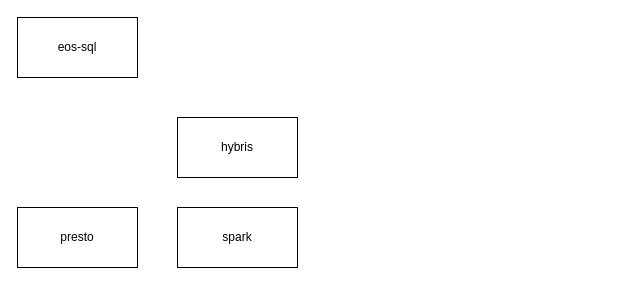
The draw.io diagram DLC DLF元数据打通方案.drawio in yuhuali1989/ui, before the edit. Source tidied: cells renumbered, new cells numbered last; positions are measured from the earlier drawing's top-left corner, leaving out a move shared by most shapes. Both pictures are drawn from the tidied source at 100%, with x=0, y=0 at pixel (17, 17).
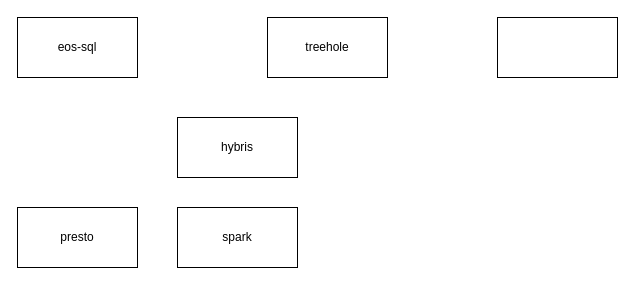
The same diagram, later.

Commit message (it also covers changes not shown here):
Update DLC DLF元数据打通方案.drawio

The edit, as a diff of the source:
```diff
@@
 <mxGraphModel>
   <root>
     <mxCell id="0" />
     <mxCell id="1" parent="0" />
     <mxCell id="2" value="hybris" style="rounded=0;whiteSpace=wrap;html=1;" parent="1" vertex="1">
       <mxGeometry x="160" y="100" width="120" height="60" as="geometry" />
     </mxCell>
     <mxCell id="3" value="eos-sql" style="rounded=0;whiteSpace=wrap;html=1;" parent="1" vertex="1">
       <mxGeometry width="120" height="60" as="geometry" />
     </mxCell>
     <mxCell id="4" value="presto" style="rounded=0;whiteSpace=wrap;html=1;" parent="1" vertex="1">
       <mxGeometry y="190" width="120" height="60" as="geometry" />
     </mxCell>
     <mxCell id="5" value="spark" style="rounded=0;whiteSpace=wrap;html=1;" parent="1" vertex="1">
       <mxGeometry x="160" y="190" width="120" height="60" as="geometry" />
     </mxCell>
+    <mxCell id="6" value="treehole" style="rounded=0;whiteSpace=wrap;html=1;" parent="1" vertex="1">
+      <mxGeometry x="250" width="120" height="60" as="geometry" />
+    </mxCell>
+    <mxCell id="7" style="rounded=0;whiteSpace=wrap;html=1;" parent="1" vertex="1">
+      <mxGeometry x="480" width="120" height="60" as="geometry" />
+    </mxCell>
   </root>
 </mxGraphModel>
```
